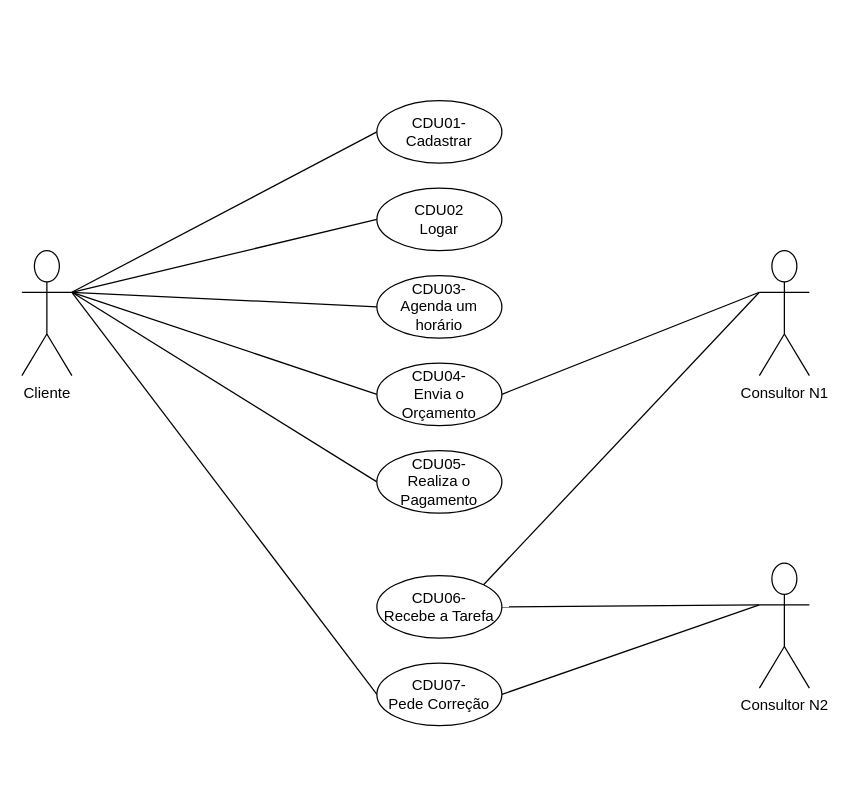
Before: Caso de Uso.drawio in gtamagnini/PROJETO-CRAWLER, a draw.io diagram. Source tidied: cells renumbered, new cells numbered last; positions are measured from the earlier drawing's top-left corner, leaving out a move shared by most shapes. Both pictures are drawn from the tidied source at 125%, with x=0, y=0 at pixel (21, 100).
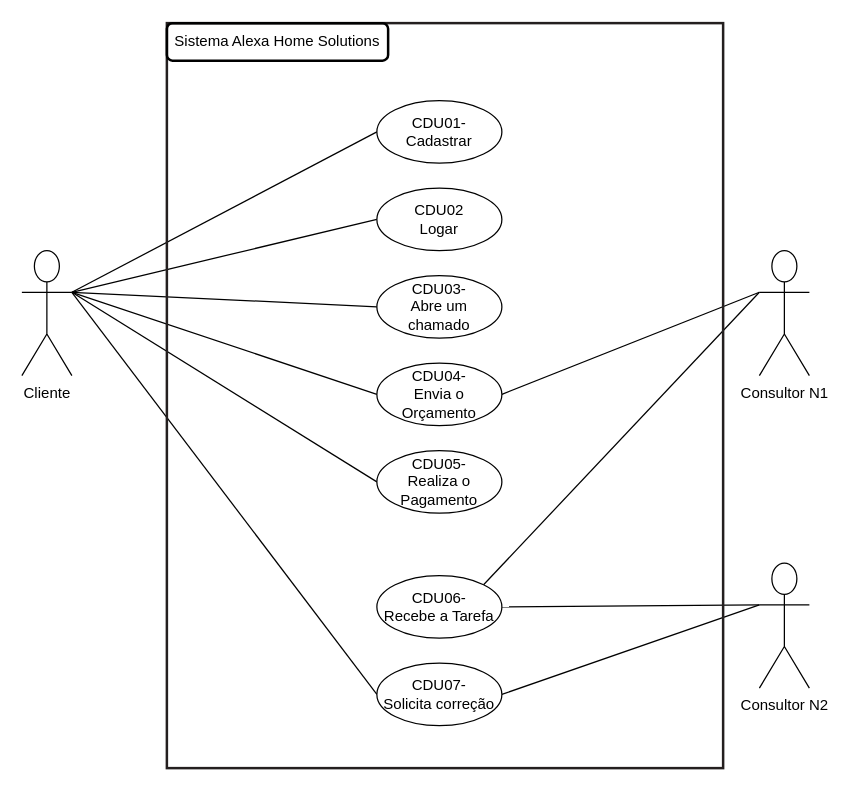
The same diagram, later.

What changed in the source:
```diff
@@
-    <mxCell id="7" value="CDU03-&lt;br&gt;Agenda um horário" style="ellipse;whiteSpace=wrap;html=1;" parent="1" vertex="1">
+    <mxCell id="7" value="CDU03-&lt;br&gt;Abre um chamado" style="ellipse;whiteSpace=wrap;html=1;" parent="1" vertex="1">
       <mxGeometry x="284" y="140" width="100" height="50" as="geometry" />
     </mxCell>
@@
-    <mxCell id="21" value="CDU07-&lt;br&gt;Pede Correção" style="ellipse;whiteSpace=wrap;html=1;" parent="1" vertex="1">
+    <mxCell id="21" value="CDU07-&lt;br&gt;Solicita correção" style="ellipse;whiteSpace=wrap;html=1;" parent="1" vertex="1">
       <mxGeometry x="284" y="450" width="100" height="50" as="geometry" />
     </mxCell>
+    <mxCell id="22" style="rounded=0;whiteSpace=wrap;html=1;fillColor=none;strokeColor=#241F1F;strokeWidth=2;" parent="1" vertex="1">
+      <mxGeometry x="116" y="-62" width="445" height="596" as="geometry" />
+    </mxCell>
+    <mxCell id="23" value="Sistema Alexa Home Solutions" style="text;html=1;strokeColor=default;fillColor=none;align=center;verticalAlign=middle;whiteSpace=wrap;rounded=1;strokeWidth=2;perimeterSpacing=6;" parent="1" vertex="1">
+      <mxGeometry x="116" y="-62" width="177" height="30" as="geometry" />
+    </mxCell>
```
